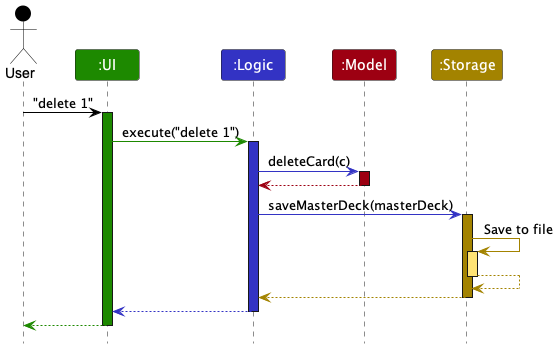
This is docs/images/ArchitectureSequenceDiagram.png from nus-cs2103-AY2223S2/tp, a PlantUML export, as it was before one commit.
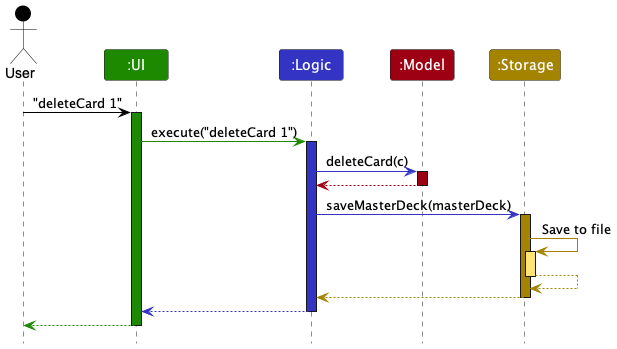
Above is the later version.

Diff of the diagram source:
```diff
@@ -7,10 +7,10 @@
 Participant ":Model" as model MODEL_COLOR
 Participant ":Storage" as storage STORAGE_COLOR
 
-user -[USER_COLOR]> ui : "delete 1"
+user -[USER_COLOR]> ui : "deleteCard 1"
 activate ui UI_COLOR
 
-ui -[UI_COLOR]> logic : execute("delete 1")
+ui -[UI_COLOR]> logic : execute("deleteCard 1")
 activate logic LOGIC_COLOR
 
 logic -[LOGIC_COLOR]> model : deleteCard(c)
```
